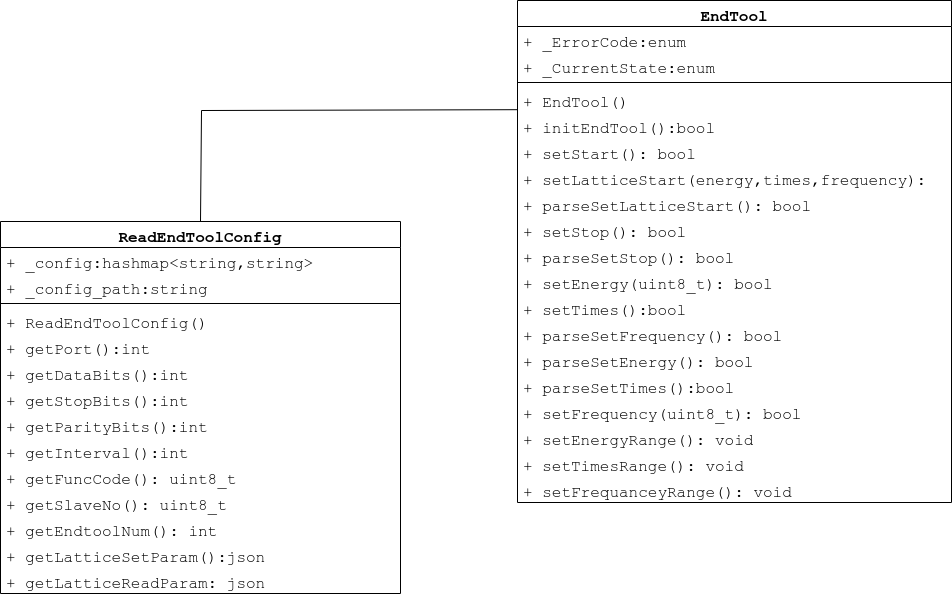
Durpe/Drawio keeps this draw.io diagram as 理疗头类图.drawio.png. Above is the earlier version. Source tidied: cells renumbered, new cells last; positions are measured from the earlier drawing's top-left corner, leaving out a move shared by most shapes.
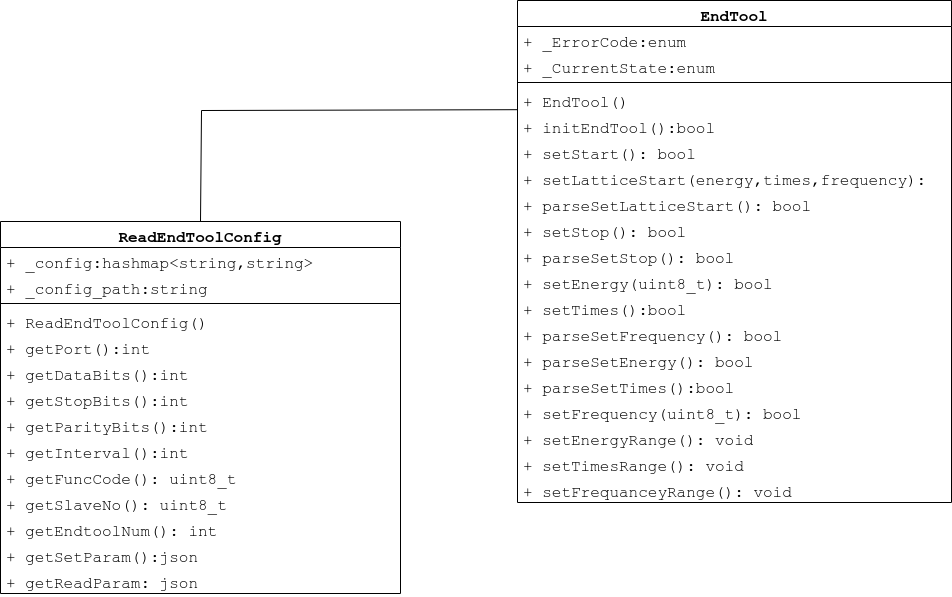
After the commit.

Commit message:
更新理疗头类图.drawio.png

Diff of the diagram source:
```diff
@@ -41,10 +41,10 @@
     <mxCell id="14" value="+ getEndtoolNum(): int" style="text;strokeColor=none;fillColor=none;align=left;verticalAlign=top;spacingLeft=4;spacingRight=4;overflow=hidden;whiteSpace=wrap;html=1;fontSize=16;fontFamily=Courier New;" parent="2" vertex="1">
       <mxGeometry y="294" width="400" height="26" as="geometry" />
     </mxCell>
-    <mxCell id="15" value="+ getLatticeSetParam():json" style="text;strokeColor=none;fillColor=none;align=left;verticalAlign=top;spacingLeft=4;spacingRight=4;overflow=hidden;whiteSpace=wrap;html=1;fontSize=16;fontFamily=Courier New;" parent="2" vertex="1">
+    <mxCell id="15" value="+ getSetParam():json" style="text;strokeColor=none;fillColor=none;align=left;verticalAlign=top;spacingLeft=4;spacingRight=4;overflow=hidden;whiteSpace=wrap;html=1;fontSize=16;fontFamily=Courier New;" parent="2" vertex="1">
       <mxGeometry y="320" width="400" height="26" as="geometry" />
     </mxCell>
-    <mxCell id="16" value="+ getLatticeReadParam: json" style="text;strokeColor=none;fillColor=none;align=left;verticalAlign=top;spacingLeft=4;spacingRight=4;overflow=hidden;whiteSpace=wrap;html=1;fontSize=16;fontFamily=Courier New;" parent="2" vertex="1">
+    <mxCell id="16" value="+ getReadParam: json" style="text;strokeColor=none;fillColor=none;align=left;verticalAlign=top;spacingLeft=4;spacingRight=4;overflow=hidden;whiteSpace=wrap;html=1;fontSize=16;fontFamily=Courier New;" parent="2" vertex="1">
       <mxGeometry y="346" width="400" height="26" as="geometry" />
     </mxCell>
     <mxCell id="17" value="EndTool" style="swimlane;fontStyle=1;align=center;verticalAlign=top;horizontal=1;startSize=26;whiteSpace=wrap;html=1;fontSize=16;fontFamily=Courier New;" parent="1" vertex="1">
```
